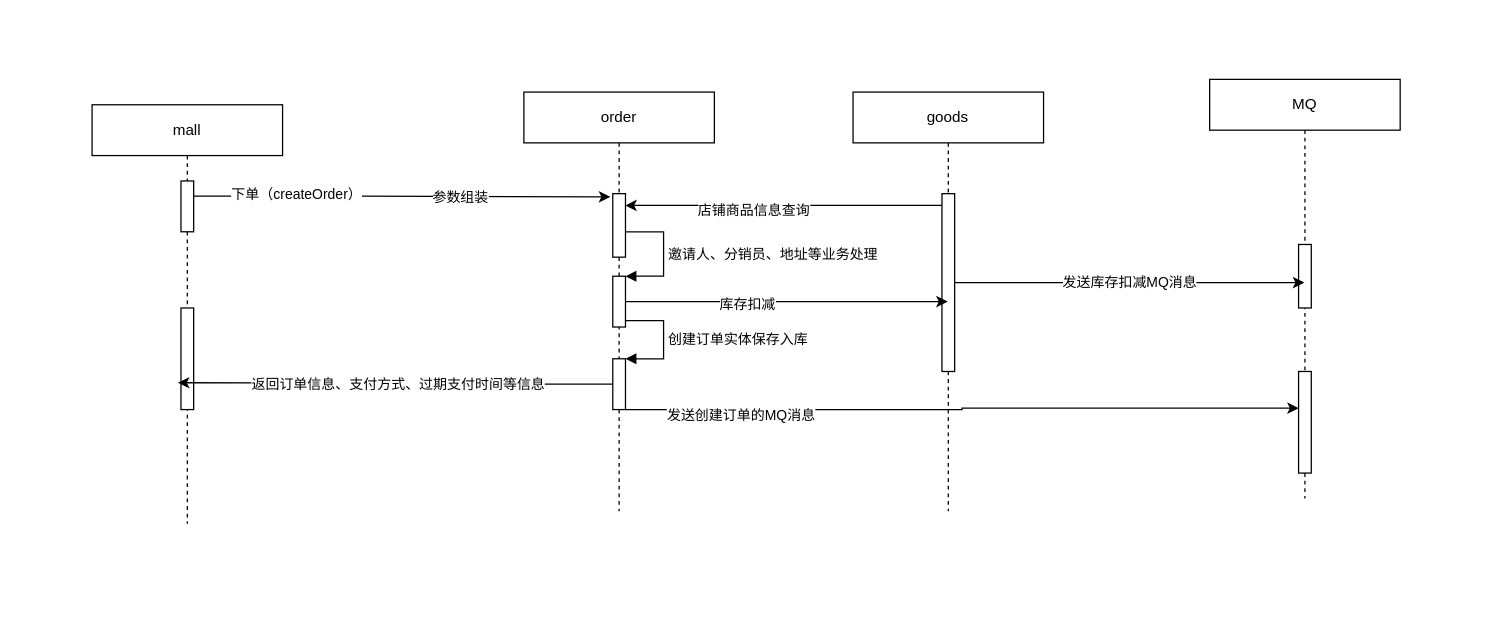
The draw.io diagram 婚奢汇业务流程图/订单系统.drawio in YYB1024/myRemoteRepo, before the edit. Source tidied: cells renumbered, new cells numbered last; positions are measured from the earlier drawing's top-left corner, leaving out a move shared by most shapes. Both pictures are drawn from the tidied source at 127%, with x=0, y=0 at pixel (91, 79).
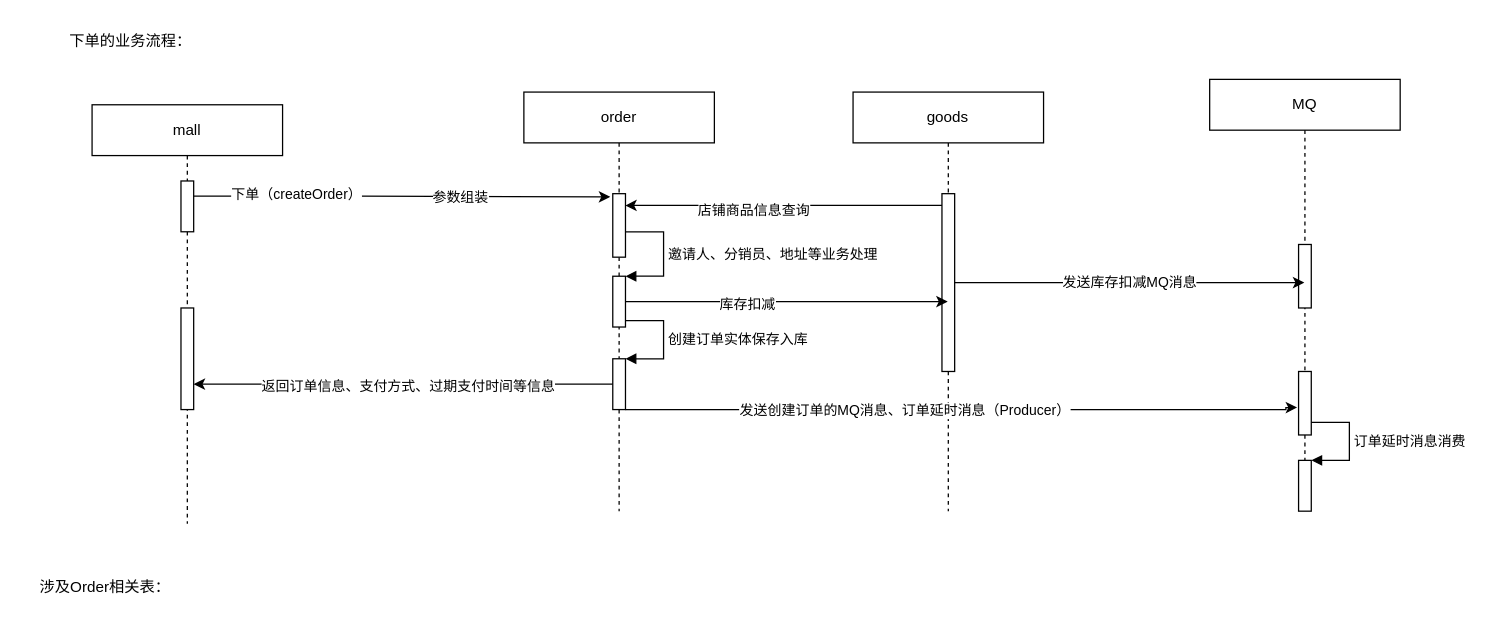
The same page after the edit.

Commit message (it also covers changes not shown here):
更新订单系统.drawio

The change refers to these unchanged cells:
```xml
<mxCell id="4" style="html=1;points=[];perimeter=orthogonalPerimeter;" parent="2" vertex="1">
  <mxGeometry x="70" y="160" width="10" height="80" as="geometry" />
</mxCell>
<mxCell id="9" style="html=1;points=[];perimeter=orthogonalPerimeter;" parent="5" vertex="1">
  <mxGeometry x="70" y="210" width="10" height="40" as="geometry" />
</mxCell>
<mxCell id="18" value="MQ" style="shape=umlLifeline;perimeter=lifelinePerimeter;whiteSpace=wrap;html=1;outlineConnect=0;" parent="1" vertex="1">
  <mxGeometry x="880" width="150" height="330" as="geometry" />
</mxCell>
```

Diff of the diagram source:
```diff
@@
     <mxCell id="20" style="html=1;points=[];perimeter=orthogonalPerimeter;" parent="18" vertex="1">
-      <mxGeometry x="70" y="230" width="10" height="80" as="geometry" />
+      <mxGeometry x="70" y="230" width="10" height="50" as="geometry" />
     </mxCell>
+    <mxCell id="28" style="html=1;points=[];perimeter=orthogonalPerimeter;" parent="18" vertex="1">
+      <mxGeometry x="70" y="300" width="10" height="40" as="geometry" />
+    </mxCell>
+    <mxCell id="29" value="订单延时消息消费" style="edgeStyle=orthogonalEdgeStyle;html=1;align=left;spacingLeft=2;endArrow=block;rounded=0;entryX=1;entryY=0;" parent="18" edge="1" target="28">
+      <mxGeometry relative="1" as="geometry">
+        <mxPoint x="80" y="270" as="sourcePoint" />
+        <Array as="points">
+          <mxPoint x="110" y="270" />
+        </Array>
+      </mxGeometry>
+    </mxCell>
@@
-    <mxCell id="24" style="edgeStyle=orthogonalEdgeStyle;rounded=0;jettySize=auto;html=1;entryX=-0.238;entryY=0.736;entryDx=0;entryDy=0;entryPerimeter=0;" parent="1" edge="1" source="9" target="4">
-      <mxGeometry relative="1" as="geometry" />
+    <mxCell id="24" style="edgeStyle=orthogonalEdgeStyle;rounded=0;jettySize=auto;html=1;" parent="1" edge="1" source="9">
+      <mxGeometry relative="1" as="geometry">
+        <mxPoint x="80" y="240" as="targetPoint" />
+      </mxGeometry>
     </mxCell>
@@
-    <mxCell id="26" style="edgeStyle=orthogonalEdgeStyle;rounded=0;jettySize=auto;html=1;entryX=0.012;entryY=0.361;entryDx=0;entryDy=0;entryPerimeter=0;" parent="1" edge="1" source="9" target="20">
+    <mxCell id="26" style="edgeStyle=orthogonalEdgeStyle;rounded=0;jettySize=auto;html=1;entryX=-0.113;entryY=0.567;entryDx=0;entryDy=0;entryPerimeter=0;" parent="1" edge="1" source="9" target="20">
       <mxGeometry relative="1" as="geometry">
         <Array as="points">
-          <mxPoint x="685" y="260" />
+          <mxPoint x="940" y="260" />
+          <mxPoint x="940" y="258" />
         </Array>
       </mxGeometry>
     </mxCell>
-    <mxCell id="27" value="发送创建订单的MQ消息" style="edgeLabel;html=1;align=center;verticalAlign=middle;" parent="26" vertex="1">
-      <mxGeometry x="-0.66" y="-4" relative="1" as="geometry" />
+    <mxCell id="27" value="发送创建订单的MQ消息、订单延时消息（Producer）" style="edgeLabel;html=1;align=center;verticalAlign=middle;" parent="26" vertex="1">
+      <mxGeometry x="-0.66" y="-4" relative="1" as="geometry">
+        <mxPoint x="129" y="-4" as="offset" />
+      </mxGeometry>
     </mxCell>
+    <mxCell id="30" value="下单的业务流程：" style="text;html=1;align=center;verticalAlign=middle;strokeColor=none;fillColor=none;" parent="1" vertex="1">
+      <mxGeometry x="-30" y="-45" width="120" height="30" as="geometry" />
+    </mxCell>
+    <mxCell id="31" value="涉及Order相关表：" style="text;html=1;align=center;verticalAlign=middle;strokeColor=none;fillColor=none;" parent="1" vertex="1">
+      <mxGeometry x="-55" y="385" width="130" height="30" as="geometry" />
+    </mxCell>
```
